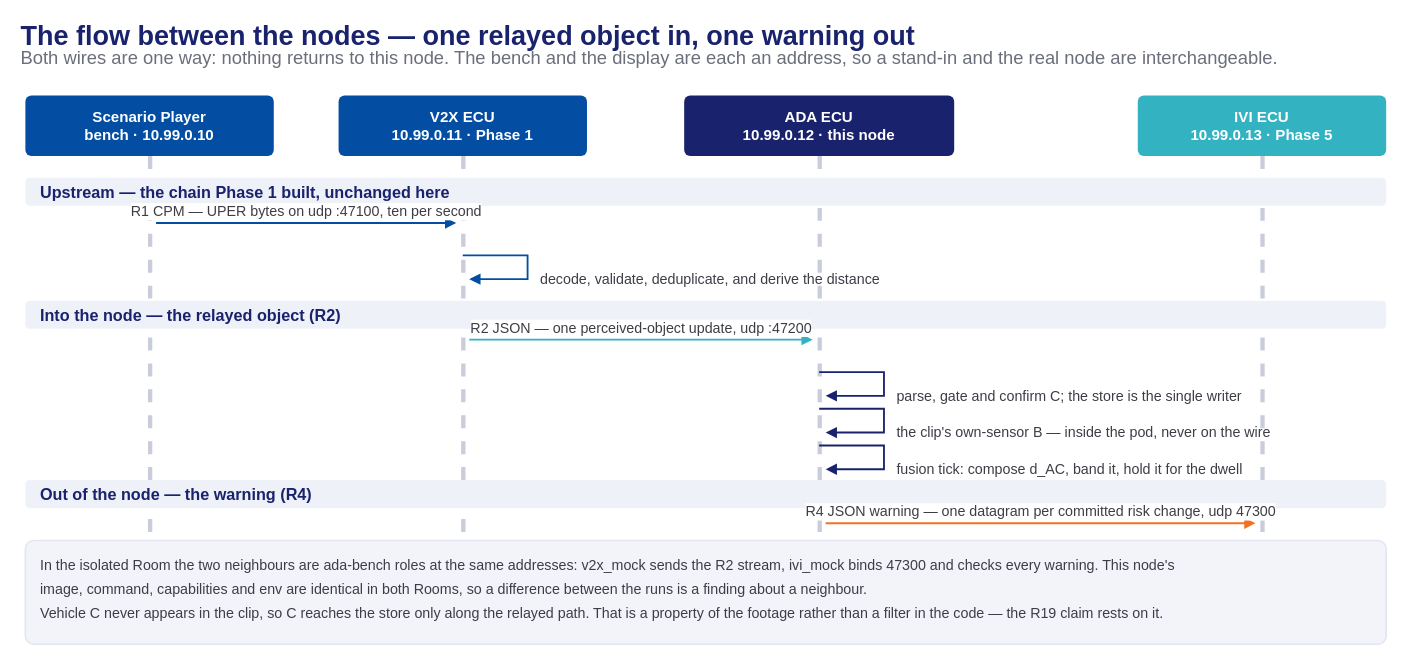
Earlier version of the draw.io diagram presentation/assets/phase2-4-ada-callflow-nodes.drawio (mnpham2101/FPT-Hackathon2026). Source tidied: cells renumbered, new cells numbered last; positions are measured from the earlier drawing's top-left corner, leaving out a move shared by most shapes. Both pictures are drawn from the tidied source at 108%, with x=0, y=0 at pixel (18, 24).
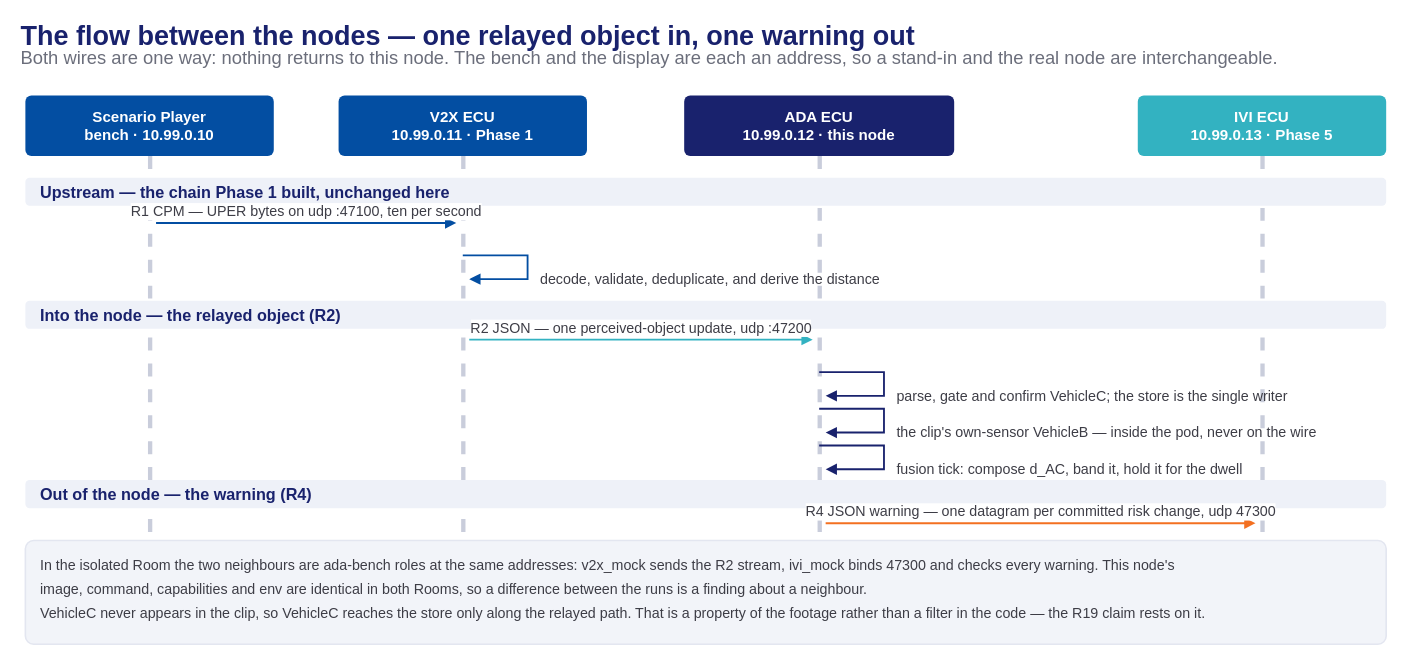
After the change.

Diff of the diagram source:
```diff
@@
-    <mxCell id="20" value="parse, gate and confirm C; the store is the single writer" style="text;html=1;align=left;verticalAlign=middle;fontSize=13.2;fontColor=#3d3d46;" parent="1" vertex="1">
+    <mxCell id="20" value="parse, gate and confirm VehicleC; the store is the single writer" style="text;html=1;align=left;verticalAlign=middle;fontSize=13.2;fontColor=#3d3d46;" parent="1" vertex="1">
       <mxGeometry x="811" y="336" width="460" height="16" as="geometry" />
     </mxCell>
@@
-    <mxCell id="22" value="the clip's own-sensor B — inside the pod, never on the wire" style="text;html=1;align=left;verticalAlign=middle;fontSize=13.2;fontColor=#3d3d46;" parent="1" vertex="1">
+    <mxCell id="22" value="the clip's own-sensor VehicleB — inside the pod, never on the wire" style="text;html=1;align=left;verticalAlign=middle;fontSize=13.2;fontColor=#3d3d46;" parent="1" vertex="1">
       <mxGeometry x="811" y="370" width="460" height="16" as="geometry" />
     </mxCell>
@@
-    <mxCell id="29" value="Vehicle C never appears in the clip, so C reaches the store only along the relayed path. That is a property of the footage rather than a filter in the code — the R19 claim rests on it." style="text;html=1;align=left;verticalAlign=middle;fontSize=13.2;fontColor=#3d3d46;" parent="1" vertex="1">
+    <mxCell id="29" value="VehicleC never appears in the clip, so VehicleC reaches the store only along the relayed path. That is a property of the footage rather than a filter in the code — the R19 claim rests on it." style="text;html=1;align=left;verticalAlign=middle;fontSize=13.2;fontColor=#3d3d46;" parent="1" vertex="1">
       <mxGeometry x="18" y="537" width="1230" height="16" as="geometry" />
     </mxCell>
```
